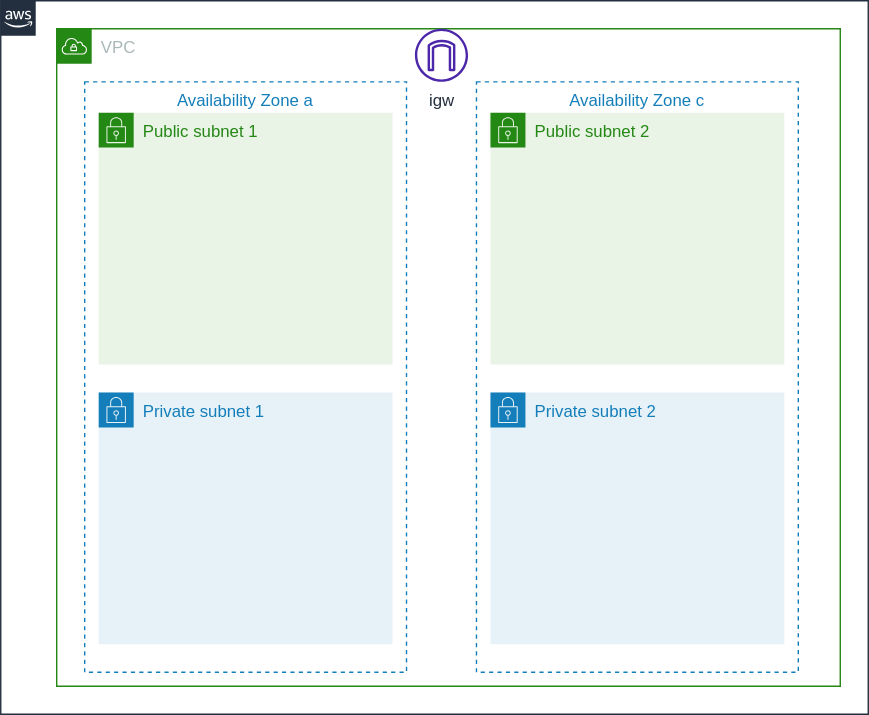
The draw.io diagram vpc-private/img/architecture.drawio.svg in bioerrorlog/terraform-examples, before a commit. Source tidied: cells renumbered, new cells last; positions are measured from the earlier drawing's top-left corner, leaving out a move shared by most shapes.
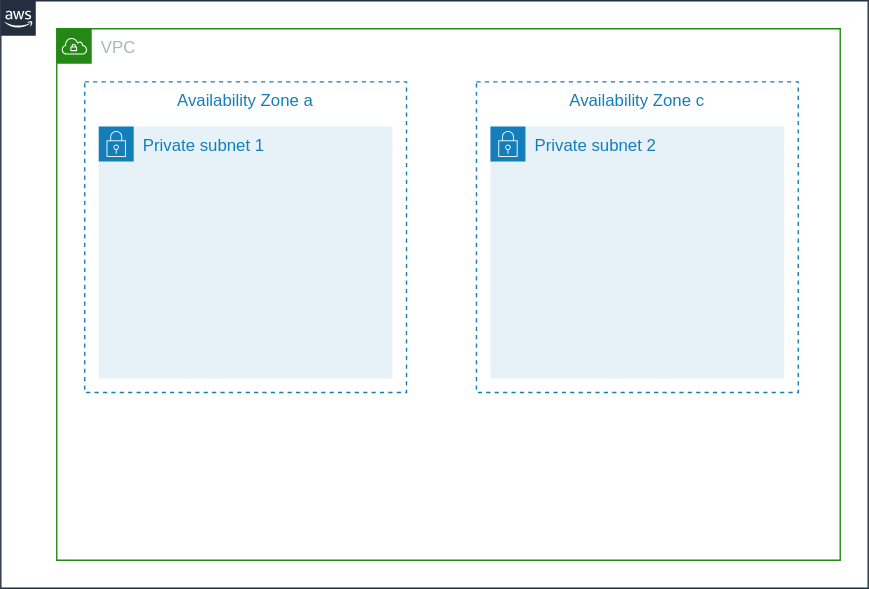
After the commit.

Commit message:
update: only private subnet exists

The edit, as a diff of the source:
```diff
@@ -3,31 +3,22 @@
     <mxCell id="0" />
     <mxCell id="1" parent="0" />
     <mxCell id="2" style="gradientColor=none;html=1;whiteSpace=wrap;fontSize=12;fontStyle=0;shape=mxgraph.aws4.group;grIcon=mxgraph.aws4.group_aws_cloud_alt;strokeColor=#232F3E;fillColor=none;verticalAlign=top;align=left;spacingLeft=30;fontColor=#232F3E;dashed=0;" parent="1" vertex="1">
-      <mxGeometry width="620" height="510" as="geometry" />
+      <mxGeometry width="620" height="420" as="geometry" />
     </mxCell>
     <mxCell id="3" value="VPC" style="gradientColor=none;html=1;whiteSpace=wrap;fontSize=12;fontStyle=0;shape=mxgraph.aws4.group;grIcon=mxgraph.aws4.group_vpc;strokeColor=#248814;fillColor=none;verticalAlign=top;align=left;spacingLeft=30;fontColor=#AAB7B8;dashed=0;" parent="2" vertex="1">
-      <mxGeometry x="40" y="20" width="560" height="470" as="geometry" />
+      <mxGeometry x="40" y="20" width="560" height="380" as="geometry" />
     </mxCell>
     <mxCell id="4" value="Availability Zone c" style="fillColor=none;strokeColor=#147EBA;dashed=1;verticalAlign=top;fontStyle=0;fontColor=#147EBA;" parent="3" vertex="1">
-      <mxGeometry x="300" y="38" width="230" height="422" as="geometry" />
+      <mxGeometry x="300" y="38" width="230" height="222" as="geometry" />
     </mxCell>
     <mxCell id="5" value="Availability Zone a" style="fillColor=none;strokeColor=#147EBA;dashed=1;verticalAlign=top;fontStyle=0;fontColor=#147EBA;" parent="3" vertex="1">
-      <mxGeometry x="20" y="38" width="230" height="422" as="geometry" />
+      <mxGeometry x="20" y="38" width="230" height="222" as="geometry" />
     </mxCell>
-    <mxCell id="6" value="Public subnet 1" style="gradientColor=none;html=1;whiteSpace=wrap;fontSize=12;fontStyle=0;shape=mxgraph.aws4.group;grIcon=mxgraph.aws4.group_security_group;grStroke=0;strokeColor=#248814;fillColor=#E9F3E6;verticalAlign=top;align=left;spacingLeft=30;fontColor=#248814;dashed=0;" parent="3" vertex="1">
-      <mxGeometry x="30" y="60" width="210" height="180" as="geometry" />
-    </mxCell>
-    <mxCell id="7" value="Public subnet 2" style="gradientColor=none;html=1;whiteSpace=wrap;fontSize=12;fontStyle=0;shape=mxgraph.aws4.group;grIcon=mxgraph.aws4.group_security_group;grStroke=0;strokeColor=#248814;fillColor=#E9F3E6;verticalAlign=top;align=left;spacingLeft=30;fontColor=#248814;dashed=0;" parent="3" vertex="1">
-      <mxGeometry x="310" y="60" width="210" height="180" as="geometry" />
-    </mxCell>
     <mxCell id="8" value="Private subnet 1" style="gradientColor=none;html=1;whiteSpace=wrap;fontSize=12;fontStyle=0;shape=mxgraph.aws4.group;grIcon=mxgraph.aws4.group_security_group;grStroke=0;strokeColor=#147EBA;fillColor=#E6F2F8;verticalAlign=top;align=left;spacingLeft=30;fontColor=#147EBA;dashed=0;" parent="3" vertex="1">
-      <mxGeometry x="30" y="260" width="210" height="180" as="geometry" />
+      <mxGeometry x="30" y="70" width="210" height="180" as="geometry" />
     </mxCell>
     <mxCell id="9" value="Private subnet 2" style="gradientColor=none;html=1;whiteSpace=wrap;fontSize=12;fontStyle=0;shape=mxgraph.aws4.group;grIcon=mxgraph.aws4.group_security_group;grStroke=0;strokeColor=#147EBA;fillColor=#E6F2F8;verticalAlign=top;align=left;spacingLeft=30;fontColor=#147EBA;dashed=0;" parent="3" vertex="1">
-      <mxGeometry x="310" y="260" width="210" height="180" as="geometry" />
+      <mxGeometry x="310" y="70" width="210" height="180" as="geometry" />
     </mxCell>
-    <mxCell id="10" value="igw" style="sketch=0;fontColor=#232F3E;gradientColor=none;fillColor=#4D27AA;strokeColor=none;dashed=0;verticalLabelPosition=bottom;verticalAlign=top;align=center;html=1;fontSize=12;fontStyle=0;shape=mxgraph.aws4.internet_gateway;" parent="3" vertex="1">
-      <mxGeometry x="256" width="38" height="38" as="geometry" />
-    </mxCell>
   </root>
 </mxGraphModel>
```
